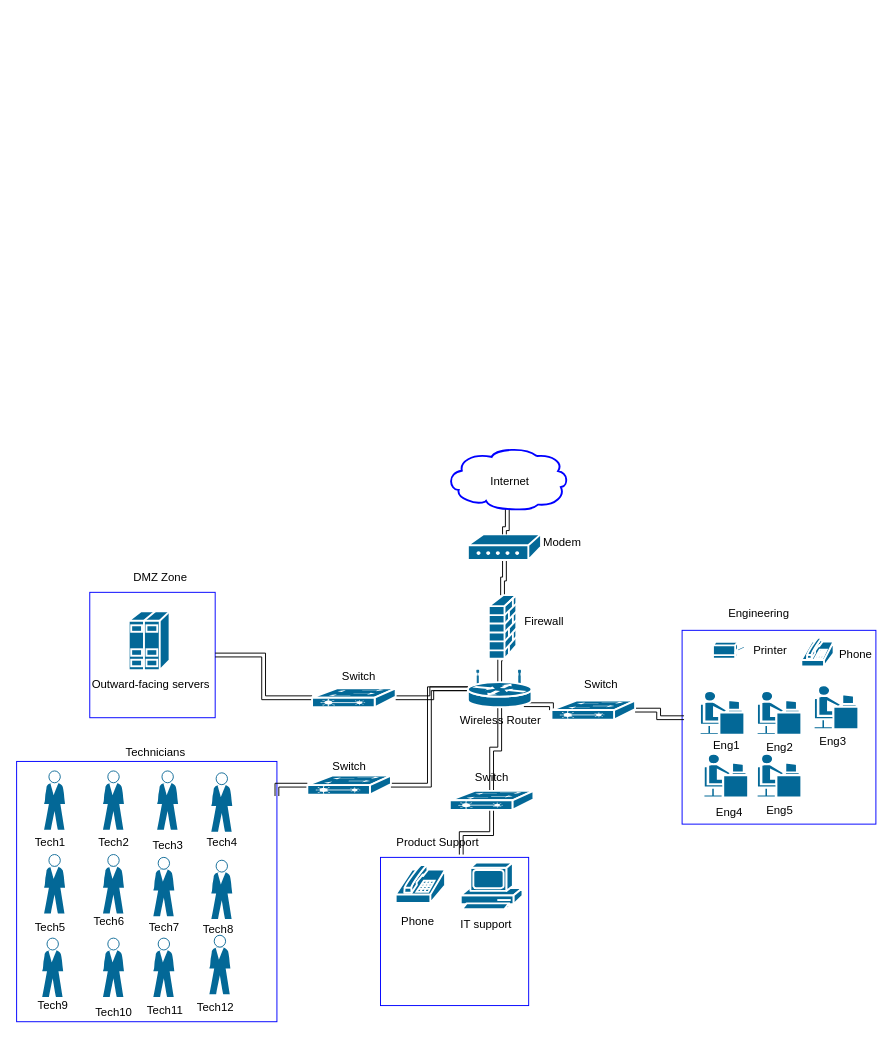
This is Network.drawio from WDBug/WDBug, a draw.io file, before an edit. Source tidied: cells renumbered, new cells numbered last; positions are measured from the earlier drawing's top-left corner, leaving out a move shared by most shapes. Both pictures are drawn from the tidied source at 95%, with x=0, y=0 at pixel (16, 446).
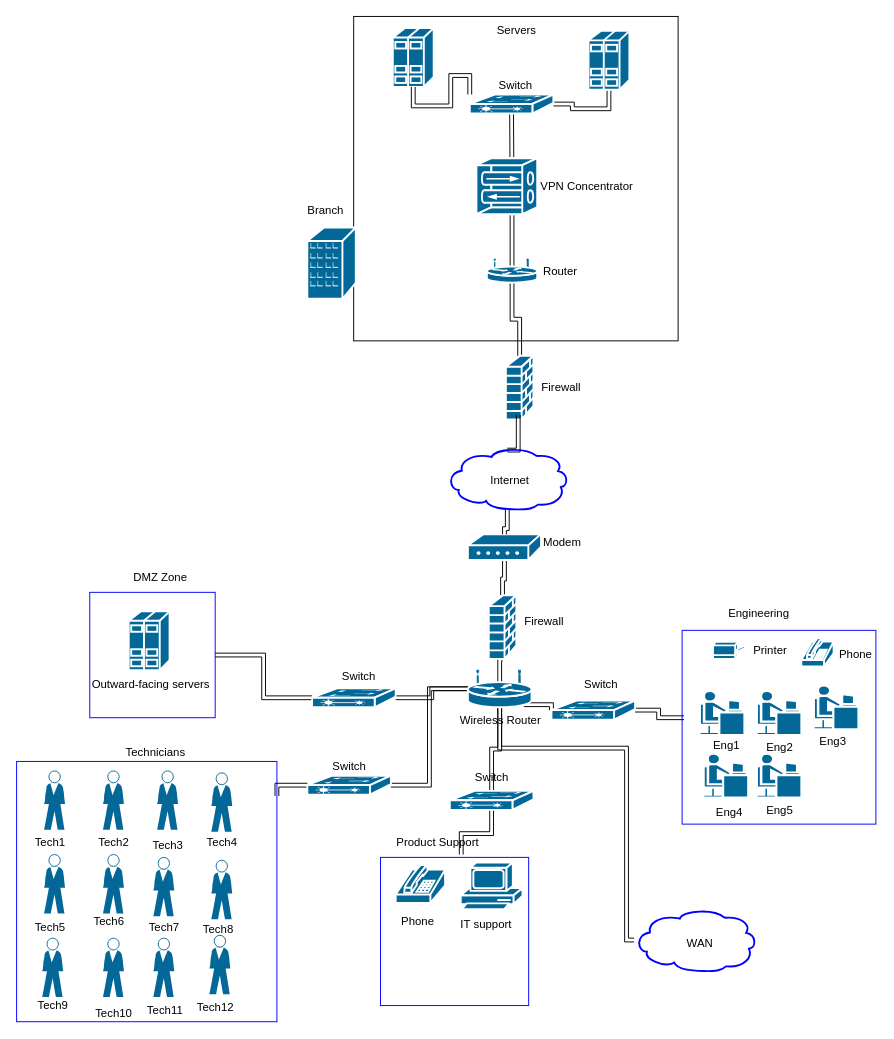
After the change.

Unchanged cells that the change refers to:
```xml
<mxCell id="7" style="shape=mxgraph.cisco.storage.cloud;sketch=0;html=1;dashed=0;fillColor=none;strokeColor=#0000FF;strokeWidth=2;verticalLabelPosition=bottom;verticalAlign=top;align=center;outlineConnect=0;" parent="1" vertex="1">
  <mxGeometry x="452" width="129" height="66" as="geometry" />
</mxCell>
<mxCell id="16" style="shape=mxgraph.cisco.routers.wireless_router;sketch=0;html=1;dashed=0;fillColor=#036897;strokeColor=#ffffff;strokeWidth=2;verticalLabelPosition=bottom;verticalAlign=top;align=center;outlineConnect=0;" parent="1" vertex="1">
  <mxGeometry x="475" y="235" width="67" height="39" as="geometry" />
</mxCell>
```

What changed in the source:
```diff
@@
+    <mxCell id="81" style="edgeStyle=orthogonalEdgeStyle;shape=link;rounded=0;jettySize=auto;html=1;" parent="1" edge="1" source="16" target="101">
+      <mxGeometry relative="1" as="geometry">
+        <Array as="points">
+          <mxPoint x="509" y="317" />
+          <mxPoint x="642" y="317" />
+          <mxPoint x="642" y="519" />
+        </Array>
+      </mxGeometry>
+    </mxCell>
@@
+    <mxCell id="82" style="whiteSpace=wrap;html=1;fillColor=none;" parent="1" vertex="1">
+      <mxGeometry x="354.8" y="-453.2" width="341.5" height="341.5" as="geometry" />
+    </mxCell>
+    <mxCell id="83" style="edgeStyle=orthogonalEdgeStyle;shape=link;rounded=0;jettySize=auto;html=1;exitX=0.5;exitY=0;exitDx=0;exitDy=0;exitPerimeter=0;" parent="1" edge="1" source="84" target="86">
+      <mxGeometry relative="1" as="geometry" />
+    </mxCell>
+    <mxCell id="84" style="shape=mxgraph.cisco.security.firewall;sketch=0;html=1;dashed=0;fillColor=#036897;strokeColor=#ffffff;strokeWidth=2;verticalLabelPosition=bottom;verticalAlign=top;align=center;outlineConnect=0;" parent="1" vertex="1">
+      <mxGeometry x="515" y="-96" width="29" height="67" as="geometry" />
+    </mxCell>
+    <mxCell id="85" style="edgeStyle=orthogonalEdgeStyle;shape=link;rounded=0;jettySize=auto;html=1;exitX=0.5;exitY=0.32;exitDx=0;exitDy=0;exitPerimeter=0;" parent="1" edge="1" source="86" target="93">
+      <mxGeometry relative="1" as="geometry" />
+    </mxCell>
+    <mxCell id="86" style="shape=mxgraph.cisco.routers.wireless_router;sketch=0;html=1;dashed=0;fillColor=#036897;strokeColor=#ffffff;strokeWidth=2;verticalLabelPosition=bottom;verticalAlign=top;align=center;outlineConnect=0;" parent="1" vertex="1">
+      <mxGeometry x="495" y="-198" width="53" height="25" as="geometry" />
+    </mxCell>
+    <mxCell id="87" value="Firewall" style="text;html=1;align=center;verticalAlign=middle;strokeColor=none;fillColor=none;" parent="1" vertex="1">
+      <mxGeometry x="546" y="-71.5" width="53" height="18" as="geometry" />
+    </mxCell>
+    <mxCell id="88" value="Router" style="text;html=1;align=center;verticalAlign=middle;strokeColor=none;fillColor=none;" parent="1" vertex="1">
+      <mxGeometry x="548" y="-194.5" width="47" height="18" as="geometry" />
+    </mxCell>
+    <mxCell id="89" style="edgeStyle=orthogonalEdgeStyle;rounded=0;jettySize=auto;html=1;exitX=0.5;exitY=0.05;exitDx=0;exitDy=0;exitPerimeter=0;entryX=0.5;entryY=1;entryDx=0;entryDy=0;shape=link;endArrow=none;" parent="1" edge="1" source="7">
+      <mxGeometry relative="1" as="geometry">
+        <mxPoint x="528" y="-34" as="targetPoint" />
+      </mxGeometry>
+    </mxCell>
+    <mxCell id="90" style="shape=mxgraph.cisco.servers.standard_host;sketch=0;html=1;dashed=0;fillColor=#036897;strokeColor=#ffffff;strokeWidth=2;verticalLabelPosition=bottom;verticalAlign=top;align=center;outlineConnect=0;" parent="1" vertex="1">
+      <mxGeometry x="396" y="-441" width="43" height="62" as="geometry" />
+    </mxCell>
+    <mxCell id="91" style="edgeStyle=orthogonalEdgeStyle;shape=link;rounded=0;jettySize=auto;html=1;exitX=0;exitY=0;exitDx=0;exitDy=0;exitPerimeter=0;" parent="1" edge="1" source="93" target="90">
+      <mxGeometry relative="1" as="geometry" />
+    </mxCell>
+    <mxCell id="92" style="edgeStyle=orthogonalEdgeStyle;shape=link;rounded=0;jettySize=auto;html=1;" parent="1" edge="1" source="93" target="94">
+      <mxGeometry relative="1" as="geometry" />
+    </mxCell>
+    <mxCell id="93" style="shape=mxgraph.cisco.switches.layer_2_remote_switch;sketch=0;html=1;dashed=0;fillColor=#036897;strokeColor=#ffffff;strokeWidth=2;verticalLabelPosition=bottom;verticalAlign=top;align=center;outlineConnect=0;" parent="1" vertex="1">
+      <mxGeometry x="477" y="-371" width="88" height="20" as="geometry" />
+    </mxCell>
+    <mxCell id="94" style="shape=mxgraph.cisco.servers.standard_host;sketch=0;html=1;dashed=0;fillColor=#036897;strokeColor=#ffffff;strokeWidth=2;verticalLabelPosition=bottom;verticalAlign=top;align=center;outlineConnect=0;" parent="1" vertex="1">
+      <mxGeometry x="602" y="-438" width="43" height="62" as="geometry" />
+    </mxCell>
+    <mxCell id="95" style="shape=mxgraph.cisco.misc.vpn_concentrator;sketch=0;html=1;dashed=0;fillColor=#036897;strokeColor=#ffffff;strokeWidth=2;verticalLabelPosition=bottom;verticalAlign=top;align=center;" parent="1" vertex="1">
+      <mxGeometry x="484" y="-304" width="64" height="59" as="geometry" />
+    </mxCell>
+    <mxCell id="96" value="VPN Concentrator" style="text;html=1;align=center;verticalAlign=middle;strokeColor=none;fillColor=none;" parent="1" vertex="1">
+      <mxGeometry x="546" y="-283.5" width="108" height="18" as="geometry" />
+    </mxCell>
+    <mxCell id="97" value="Switch" style="text;html=1;align=center;verticalAlign=middle;strokeColor=none;fillColor=none;" parent="1" vertex="1">
+      <mxGeometry x="502" y="-389" width="46" height="18" as="geometry" />
+    </mxCell>
+    <mxCell id="98" value="Servers" style="text;html=1;align=center;verticalAlign=middle;strokeColor=none;fillColor=none;" parent="1" vertex="1">
+      <mxGeometry x="500" y="-447" width="52" height="18" as="geometry" />
+    </mxCell>
+    <mxCell id="99" style="shape=mxgraph.cisco.buildings.branch_office;sketch=0;html=1;dashed=0;fillColor=#036897;strokeColor=#ffffff;strokeWidth=2;verticalLabelPosition=bottom;verticalAlign=top;align=center;" parent="1" vertex="1">
+      <mxGeometry x="306" y="-231" width="51" height="75" as="geometry" />
+    </mxCell>
+    <mxCell id="100" value="Branch" style="text;html=1;align=center;verticalAlign=middle;strokeColor=none;fillColor=none;" parent="1" vertex="1">
+      <mxGeometry x="300" y="-258" width="49" height="18" as="geometry" />
+    </mxCell>
+    <mxCell id="101" style="shape=mxgraph.cisco.storage.cloud;sketch=0;html=1;dashed=0;fillColor=none;strokeColor=#0000FF;strokeWidth=2;verticalLabelPosition=bottom;verticalAlign=top;align=center;outlineConnect=0;" parent="1" vertex="1">
+      <mxGeometry x="650" y="486" width="129" height="66" as="geometry" />
+    </mxCell>
+    <mxCell id="102" value="WAN" style="text;html=1;align=center;verticalAlign=middle;strokeColor=none;fillColor=none;" parent="1" vertex="1">
+      <mxGeometry x="700.5" y="514" width="37" height="18" as="geometry" />
+    </mxCell>
```
